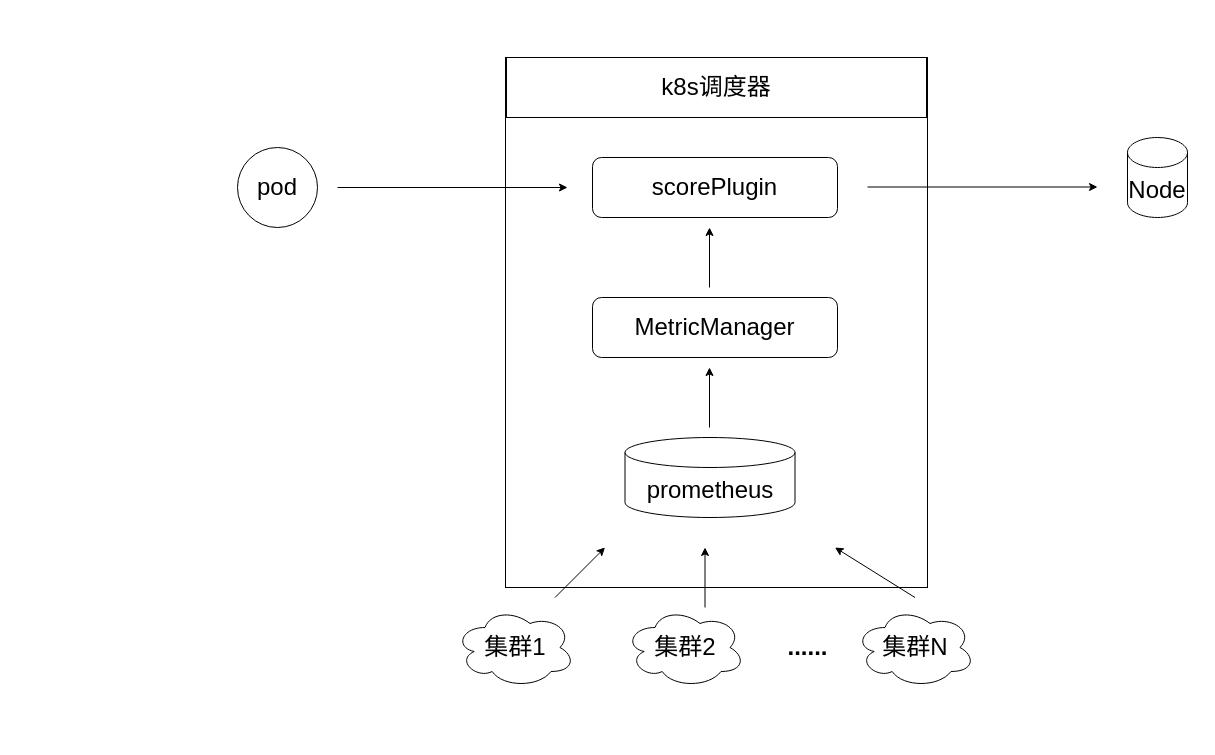
dcf1997/draw.io.repository keeps this draw.io diagram as 架构图.drawio. Above is the earlier version. Source tidied: cells renumbered, new cells numbered last; positions are measured from the earlier drawing's top-left corner, leaving out a move shared by most shapes. Both pictures are drawn from the tidied source at 100%, with x=0, y=0 at pixel (237, 57).
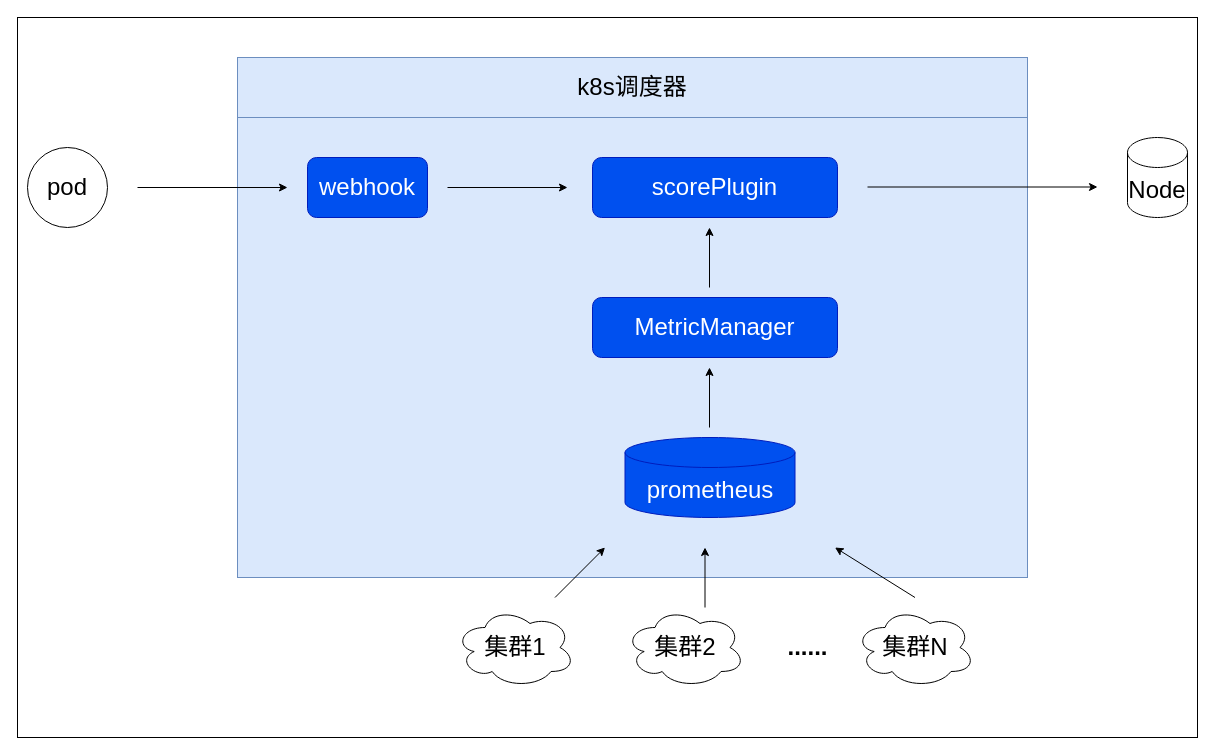
The same page after the edit.

Commit message (it also covers changes not shown here):
更新架构图.drawio

Change to the diagram source:
```diff
@@
-    <mxCell id="2" style="rounded=0;whiteSpace=wrap;html=1;" parent="1" vertex="1">
-      <mxGeometry x="268" width="422" height="530" as="geometry" />
-    </mxCell>
+    <mxCell id="20" style="rounded=0;whiteSpace=wrap;html=1;" parent="1" vertex="1">
+      <mxGeometry x="-220" y="-40" width="1180" height="720" as="geometry" />
+    </mxCell>
+    <mxCell id="21" style="rounded=0;whiteSpace=wrap;html=1;fillColor=#dae8fc;strokeColor=#6c8ebf;" parent="1" vertex="1">
+      <mxGeometry width="790" height="520" as="geometry" />
+    </mxCell>
@@
-    <mxCell id="7" value="&lt;font style=&quot;font-size: 24px;&quot;&gt;prometheus&lt;/font&gt;" style="shape=cylinder3;whiteSpace=wrap;html=1;boundedLbl=1;backgroundOutline=1;size=15;" parent="1" vertex="1">
+    <mxCell id="7" value="&lt;font style=&quot;font-size: 24px;&quot;&gt;prometheus&lt;/font&gt;" style="shape=cylinder3;whiteSpace=wrap;html=1;boundedLbl=1;backgroundOutline=1;size=15;fillColor=#0050ef;fontColor=#ffffff;strokeColor=#001DBC;" parent="1" vertex="1">
       <mxGeometry x="387.5" y="380" width="170" height="80" as="geometry" />
     </mxCell>
@@
-    <mxCell id="11" value="&lt;font style=&quot;font-size: 24px;&quot;&gt;MetricManager&lt;/font&gt;" style="rounded=1;whiteSpace=wrap;html=1;" parent="1" vertex="1">
+    <mxCell id="11" value="&lt;font style=&quot;font-size: 24px;&quot;&gt;MetricManager&lt;/font&gt;" style="rounded=1;whiteSpace=wrap;html=1;fillColor=#0050ef;fontColor=#ffffff;strokeColor=#001DBC;" parent="1" vertex="1">
       <mxGeometry x="355" y="240" width="245" height="60" as="geometry" />
     </mxCell>
-    <mxCell id="12" value="&lt;font style=&quot;font-size: 24px;&quot;&gt;scorePlugin&lt;/font&gt;" style="rounded=1;whiteSpace=wrap;html=1;" parent="1" vertex="1">
+    <mxCell id="12" value="&lt;font style=&quot;font-size: 24px;&quot;&gt;scorePlugin&lt;/font&gt;" style="rounded=1;whiteSpace=wrap;html=1;fillColor=#0050ef;fontColor=#ffffff;strokeColor=#001DBC;" parent="1" vertex="1">
       <mxGeometry x="355" y="100" width="245" height="60" as="geometry" />
     </mxCell>
     <mxCell id="13" value="&lt;font style=&quot;font-size: 24px;&quot;&gt;pod&lt;/font&gt;" style="ellipse;whiteSpace=wrap;html=1;" parent="1" vertex="1">
-      <mxGeometry y="90" width="80" height="80" as="geometry" />
+      <mxGeometry x="-210" y="90" width="80" height="80" as="geometry" />
     </mxCell>
     <mxCell id="14" style="endArrow=classic;html=1;rounded=0;" parent="1" edge="1">
       <mxGeometry relative="1" as="geometry">
-        <mxPoint x="100" y="130" as="sourcePoint" />
+        <mxPoint x="210" y="130" as="sourcePoint" />
         <mxPoint x="330" y="130" as="targetPoint" />
       </mxGeometry>
     </mxCell>
@@
-    <mxCell id="19" value="&lt;font style=&quot;font-size: 24px;&quot;&gt;k8s调度器&lt;/font&gt;" style="rounded=0;whiteSpace=wrap;html=1;" parent="1" vertex="1">
-      <mxGeometry x="269" width="420" height="60" as="geometry" />
+    <mxCell id="19" value="&lt;font style=&quot;font-size: 24px;&quot;&gt;k8s调度器&lt;/font&gt;" style="rounded=0;whiteSpace=wrap;html=1;fillColor=#dae8fc;strokeColor=#6c8ebf;" parent="1" vertex="1">
+      <mxGeometry width="790" height="60" as="geometry" />
     </mxCell>
+    <mxCell id="22" value="&lt;font style=&quot;font-size: 24px;&quot;&gt;webhook&lt;/font&gt;" style="rounded=1;whiteSpace=wrap;html=1;fillColor=#0050ef;fontColor=#ffffff;strokeColor=#001DBC;" parent="1" vertex="1">
+      <mxGeometry x="70" y="100" width="120" height="60" as="geometry" />
+    </mxCell>
+    <mxCell id="23" style="endArrow=classic;html=1;rounded=0;" parent="1" edge="1">
+      <mxGeometry relative="1" as="geometry">
+        <mxPoint x="-100" y="130" as="sourcePoint" />
+        <mxPoint x="50" y="130" as="targetPoint" />
+      </mxGeometry>
+    </mxCell>
```
